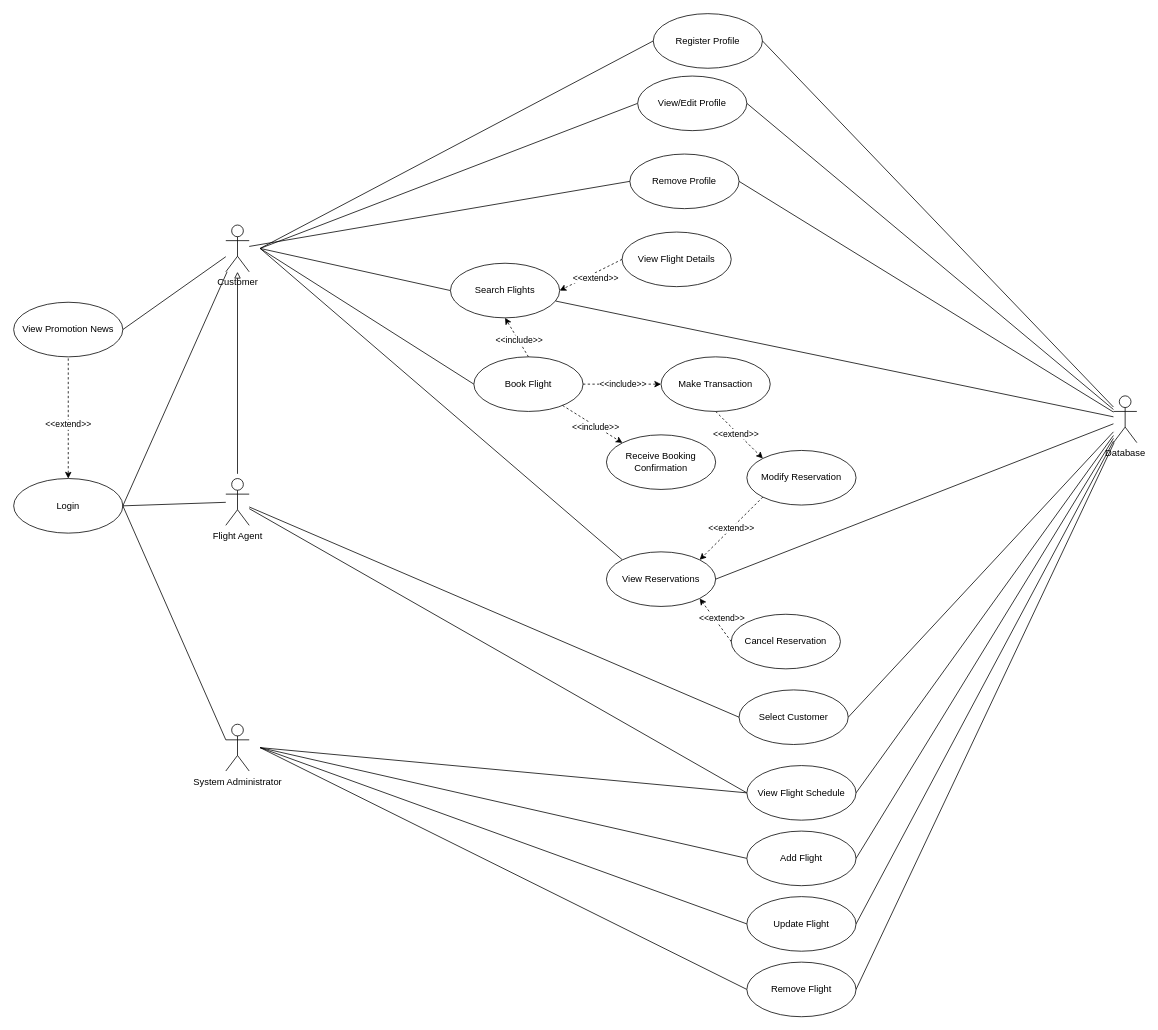
Above: diagrams/UseCaseDiagramV2.drawio in EricTHallett/ENSF-480-Term-Project (draw.io), before the change. Source tidied: cells renumbered, new cells numbered last; positions are measured from the earlier drawing's top-left corner, leaving out a move shared by most shapes. Both pictures are drawn from the tidied source at 78%, with x=0, y=0 at pixel (13, 13).
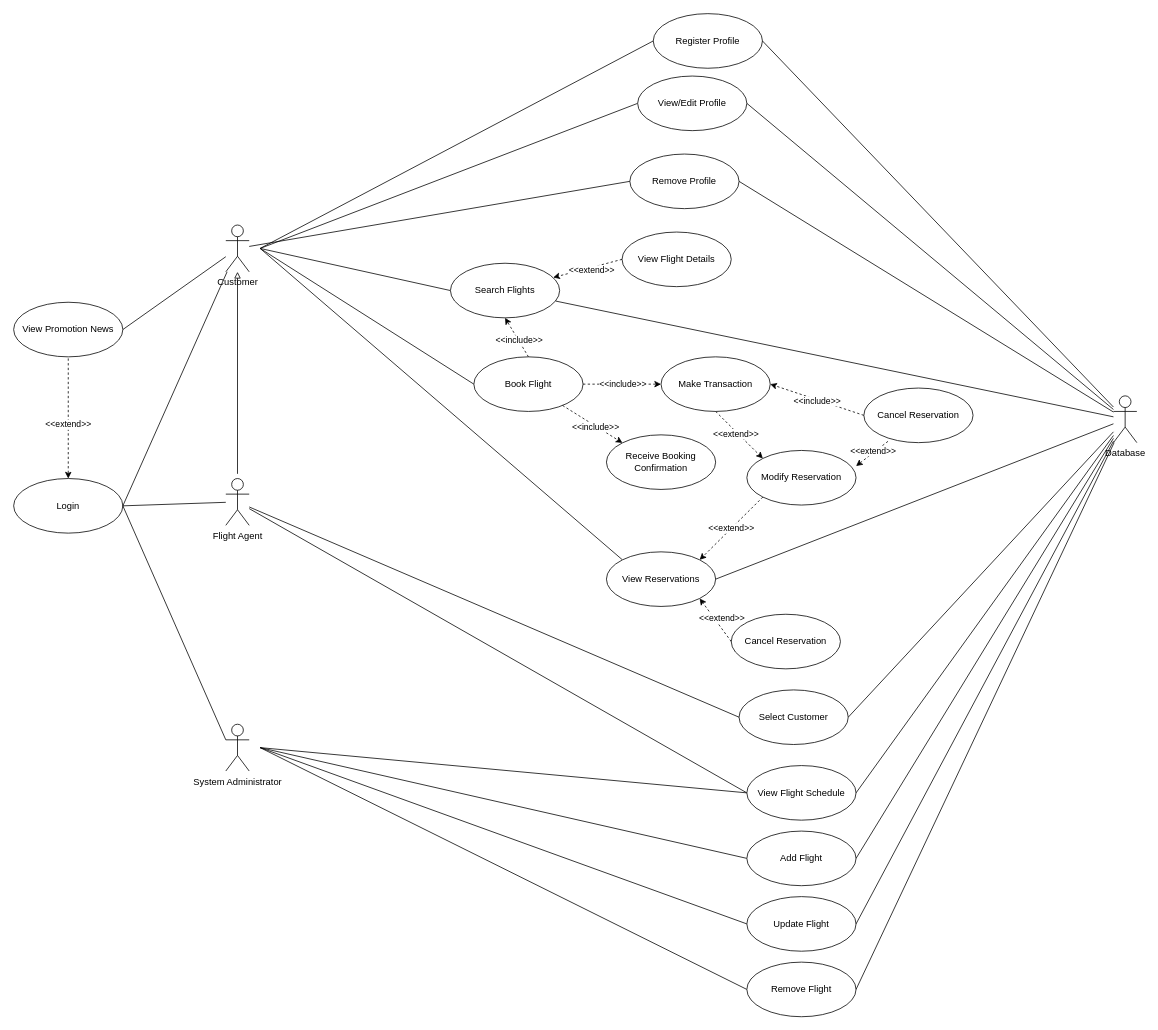
The same diagram, later.

Commit message:
Add 'Cancel reservation' use case

Unchanged cells that the change refers to:
```xml
<mxCell id="27" value="Search Flights" style="ellipse;whiteSpace=wrap;html=1;" parent="1" vertex="1">
  <mxGeometry x="560" y="320" width="140" height="70" as="geometry" />
</mxCell>
<mxCell id="28" value="View Flight Details" style="ellipse;whiteSpace=wrap;html=1;" parent="1" vertex="1">
  <mxGeometry x="780" y="280" width="140" height="70" as="geometry" />
</mxCell>
<mxCell id="39" value="Make Transaction" style="ellipse;whiteSpace=wrap;html=1;" parent="1" vertex="1">
  <mxGeometry x="830" y="440" width="140" height="70" as="geometry" />
</mxCell>
<mxCell id="45" value="Modify Reservation" style="ellipse;whiteSpace=wrap;html=1;" parent="1" vertex="1">
  <mxGeometry x="940" y="560" width="140" height="70" as="geometry" />
</mxCell>
```

The edit, as a diff of the source:
```diff
@@
-    <mxCell id="29" style="edgeStyle=none;shape=connector;rounded=0;jettySize=auto;html=1;exitX=0;exitY=0.5;exitDx=0;exitDy=0;entryX=1;entryY=0.5;entryDx=0;entryDy=0;strokeColor=default;align=center;verticalAlign=middle;fontFamily=Helvetica;fontSize=11;fontColor=default;labelBackgroundColor=default;endArrow=classic;endFill=1;dashed=1;" parent="1" edge="1" source="28" target="27">
+    <mxCell id="29" style="edgeStyle=none;shape=connector;rounded=0;jettySize=auto;html=1;exitX=0;exitY=0.5;exitDx=0;exitDy=0;entryX=0.941;entryY=0.261;entryDx=0;entryDy=0;strokeColor=default;align=center;verticalAlign=middle;fontFamily=Helvetica;fontSize=11;fontColor=default;labelBackgroundColor=default;endArrow=classic;endFill=1;dashed=1;entryPerimeter=0;" parent="1" edge="1" source="28" target="27">
       <mxGeometry relative="1" as="geometry" />
     </mxCell>
@@
+    <mxCell id="67" value="Cancel Reservation" style="ellipse;whiteSpace=wrap;html=1;" parent="1" vertex="1">
+      <mxGeometry x="1090" y="480" width="140" height="70" as="geometry" />
+    </mxCell>
+    <mxCell id="68" style="edgeStyle=none;shape=connector;rounded=0;jettySize=auto;html=1;exitX=0.221;exitY=0.976;exitDx=0;exitDy=0;entryX=1;entryY=0.286;entryDx=0;entryDy=0;strokeColor=default;align=center;verticalAlign=middle;fontFamily=Helvetica;fontSize=11;fontColor=default;labelBackgroundColor=default;endArrow=classic;endFill=1;dashed=1;exitPerimeter=0;entryPerimeter=0;" parent="1" edge="1" source="67" target="45">
+      <mxGeometry relative="1" as="geometry" />
+    </mxCell>
+    <mxCell id="69" value="&amp;lt;&amp;lt;extend&amp;gt;&amp;gt;" style="edgeLabel;html=1;align=center;verticalAlign=middle;fontFamily=Helvetica;fontSize=11;fontColor=default;labelBackgroundColor=default;" parent="68" vertex="1">
+      <mxGeometry x="-0.1" y="-2" relative="1" as="geometry" />
+    </mxCell>
+    <mxCell id="70" style="edgeStyle=none;shape=connector;rounded=0;jettySize=auto;html=1;exitX=0;exitY=0.5;exitDx=0;exitDy=0;entryX=1;entryY=0.5;entryDx=0;entryDy=0;strokeColor=default;align=center;verticalAlign=middle;fontFamily=Helvetica;fontSize=11;fontColor=default;labelBackgroundColor=default;endArrow=classic;endFill=1;dashed=1;" parent="1" edge="1" source="67" target="39">
+      <mxGeometry relative="1" as="geometry" />
+    </mxCell>
+    <mxCell id="71" value="&amp;lt;&amp;lt;include&amp;gt;&amp;gt;" style="edgeLabel;html=1;align=center;verticalAlign=middle;fontFamily=Helvetica;fontSize=11;fontColor=default;labelBackgroundColor=default;" parent="70" vertex="1">
+      <mxGeometry y="1" relative="1" as="geometry" />
+    </mxCell>
```
